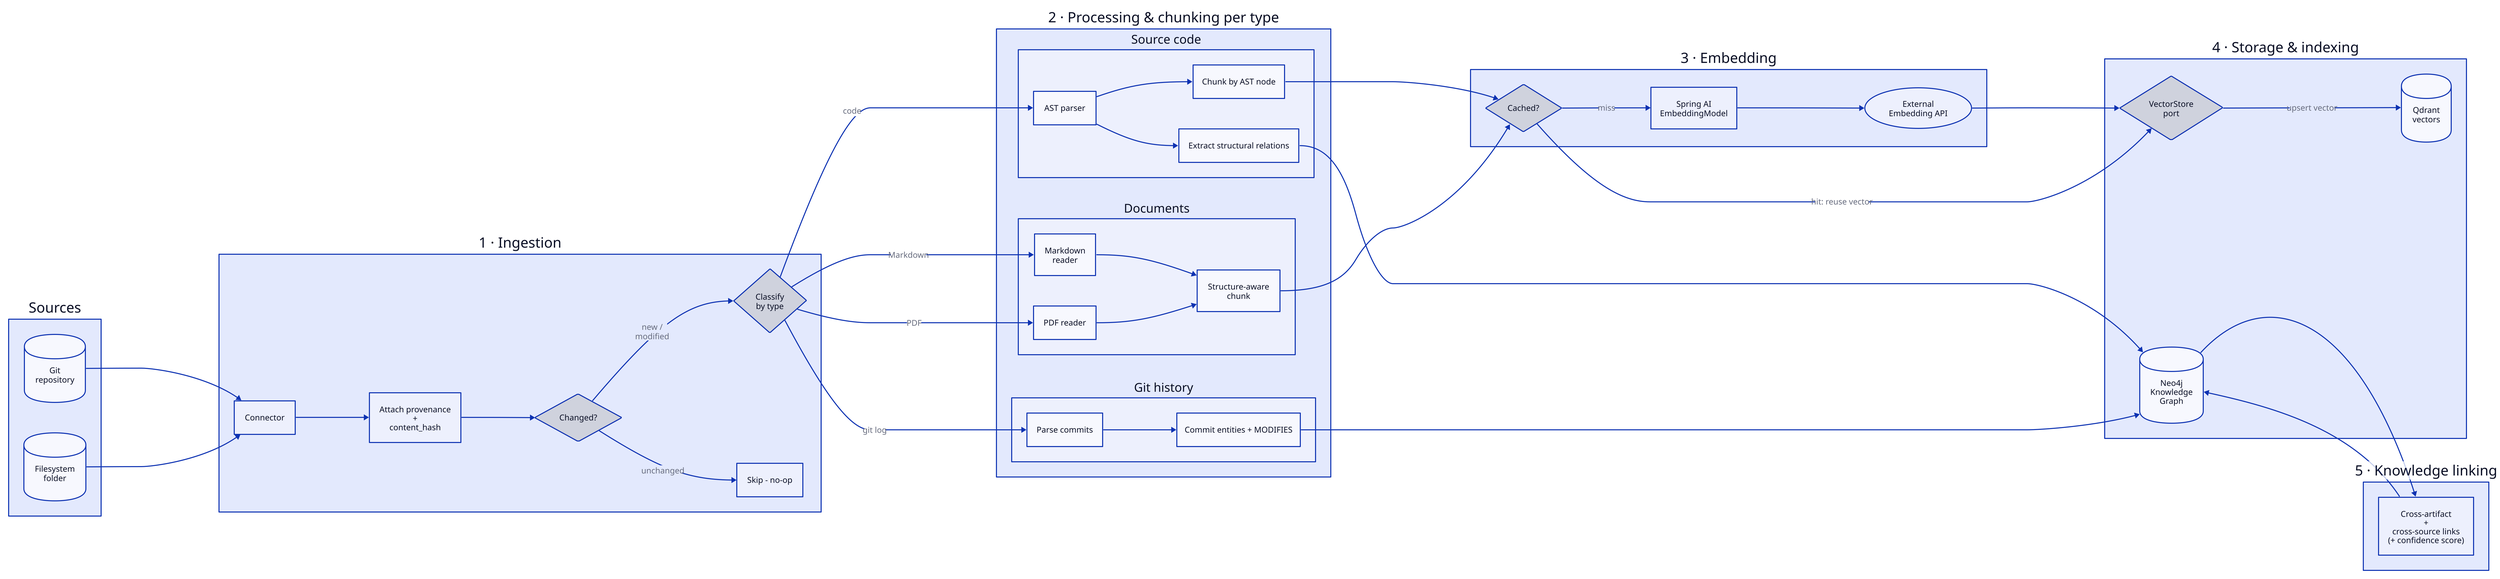
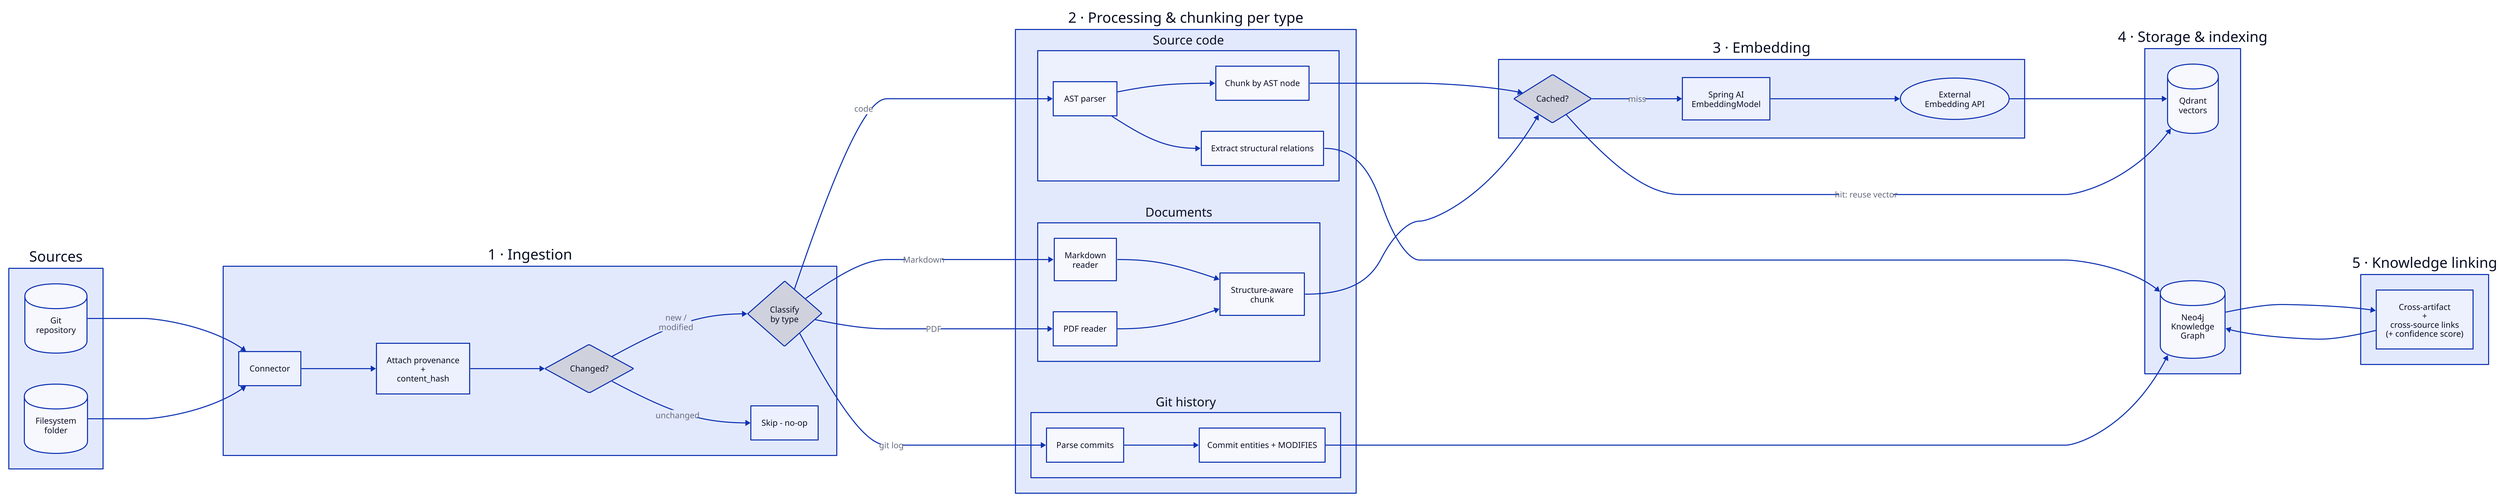
# Data Processing — 1 · Ingestion & indexing pipeline (per data type)
# Data-flow view of the indexing PIPES & FILTERS pipeline (ChunkStage -> DedupStage ->
# EmbedStage -> StoreStage -> LinkStage); code structure in CLASS-INDEXING.d2.
# Triggered by the SourceRegistered domain event or a sync trigger.
# Render:  d2 PIPELINE-INGESTION.d2 PIPELINE-INGESTION.svg
# (render config below is embedded so the D2 playground applies it too)
vars: {
  d2-config: {
-     layout-engine: elk
+     layout-engine: dagre
    pad: 16
  }
}

direction: right

# ---- Stage 2: processing & chunking -----------------------------------------
proc: "2 · Processing & chunking per type" {
  code: "Source code" {
    c1: "AST parser"
    c2: "Chunk by AST node"
    c3: "Extract structural relations"
    c1 -> c2
    c1 -> c3
  }
  doc: "Documents" {
    dmd: "Markdown \nreader"
    dpdf: "PDF reader"
    d1: "Structure-aware \nchunk"
    dmd -> d1
    dpdf -> d1
  }
  gh: "Git history" {
    g1: "Parse commits"
    g2: "Commit entities + MODIFIES"
    g1 -> g2
  }
}

emb: "3 · Embedding" {
  ecache: "Cached?" {shape: diamond}
  e1: "Spring AI \nEmbeddingModel"
  e2: "External \nEmbedding API" {shape: oval}
  ecache -> e1: miss {direction: down}
  e1 -> e2
}

store: "4 · Storage & indexing" {
-   vport: "VectorStore \nport" {shape: diamond}
  qdr: "Qdrant\nvectors" {shape: cylinder}
  graph: "Neo4j \nKnowledge \nGraph" {shape: cylinder}
-   vport -> qdr: upsert vector
}

# ---- Stages 1 · sources · 5 -------------------------------------------------
ing: "1 · Ingestion" {
  conn: "Connector"
  prov: "Attach provenance \n+\n content_hash"
  dedup: "Changed?" {shape: diamond}
  classify: "Classify \nby type" {shape: diamond}
  skip: "Skip - no-op"
  conn -> prov -> dedup
  dedup -> skip: unchanged
  dedup -> classify: new / \nmodified
}

src: "Sources" {
  git: "Git \nrepository" {shape: cylinder}
  fs: "Filesystem \nfolder" {shape: cylinder}
}

linking: "5 · Knowledge linking" {
  l1: "Cross-artifact \n+\n cross-source links\n(+ confidence score)"
}

# ---- Cross-stage flow --------------------------------------------------------
src.git -> ing.conn
src.fs -> ing.conn

ing.classify -> proc.code.c1: code
ing.classify -> proc.doc.dmd: Markdown
ing.classify -> proc.doc.dpdf: PDF
ing.classify -> proc.gh.g1: git log

proc.code.c2 -> emb.ecache
proc.doc.d1 -> emb.ecache

- emb.e2 -> store.vport
- emb.ecache -> store.vport: "hit: reuse vector"
+ emb.e2 -> store.qdr
+ emb.ecache -> store.qdr: "hit: reuse vector"
proc.code.c3 -> store.graph
proc.gh.g2 -> store.graph

store.graph -> linking.l1 -> store.graph
